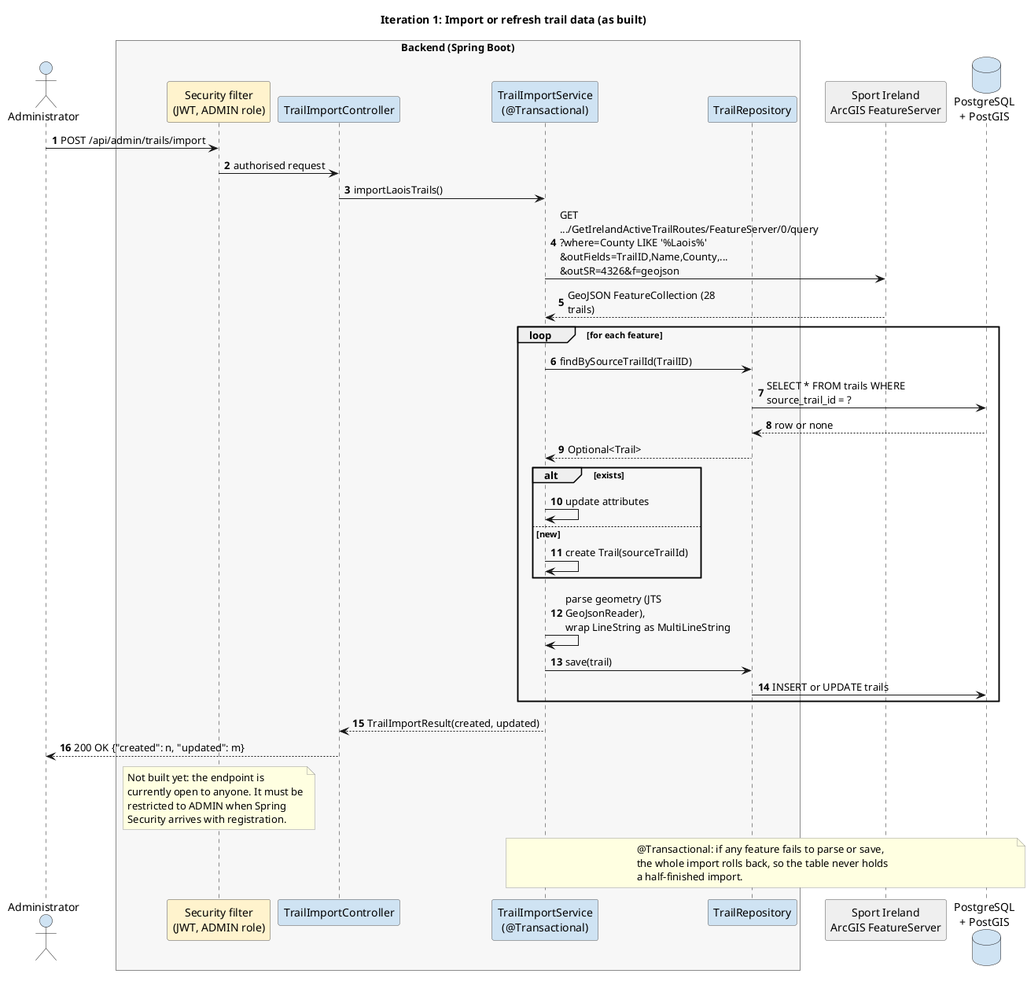
The PlantUML diagram docs/design/rendered/seq-07-import-trails.png in Markus-Bear/TrailTrack, before a commit. The source it was exported from:
```plantuml
@startuml seq-07-import-trails
!include _style.iuml
title Iteration 1: Import or refresh trail data (as built)

actor "Administrator" as Admin
box "Backend (Spring Boot)" #F7F7F7
  participant "Security filter\n(JWT, ADMIN role)" as Sec #FFF2CC
  participant "TrailImportController" as Ctrl
  participant "TrailImportService\n(@Transactional)" as Svc
  participant "TrailRepository" as Repo
end box
participant "Sport Ireland\nArcGIS FeatureServer" as SI #EEEEEE
database "PostgreSQL\n+ PostGIS" as DB

Admin -> Sec : POST /api/admin/trails/import
Sec -> Ctrl : authorised request
Ctrl -> Svc : importLaoisTrails()
Svc -> SI : GET .../GetIrelandActiveTrailRoutes/FeatureServer/0/query\n?where=County LIKE '%Laois%'\n&outFields=TrailID,Name,County,...\n&outSR=4326&f=geojson
SI --> Svc : GeoJSON FeatureCollection (28 trails)

loop for each feature
  Svc -> Repo : findBySourceTrailId(TrailID)
  Repo -> DB : SELECT * FROM trails WHERE source_trail_id = ?
  DB --> Repo : row or none
  Repo --> Svc : Optional<Trail>
  alt exists
    Svc -> Svc : update attributes
  else new
    Svc -> Svc : create Trail(sourceTrailId)
  end
  Svc -> Svc : parse geometry (JTS GeoJsonReader),\nwrap LineString as MultiLineString
  Svc -> Repo : save(trail)
  Repo -> DB : INSERT or UPDATE trails
end

Svc --> Ctrl : TrailImportResult(created, updated)
Ctrl --> Admin : 200 OK {"created": n, "updated": m}

note over Sec
  Not built yet: the endpoint is
  currently open to anyone. It must be
  restricted to ADMIN when Spring
  Security arrives with registration.
end note

note over Svc, DB
  @Transactional: if any feature fails to parse or save,
  the whole import rolls back, so the table never holds
  a half-finished import.
end note

@enduml
```
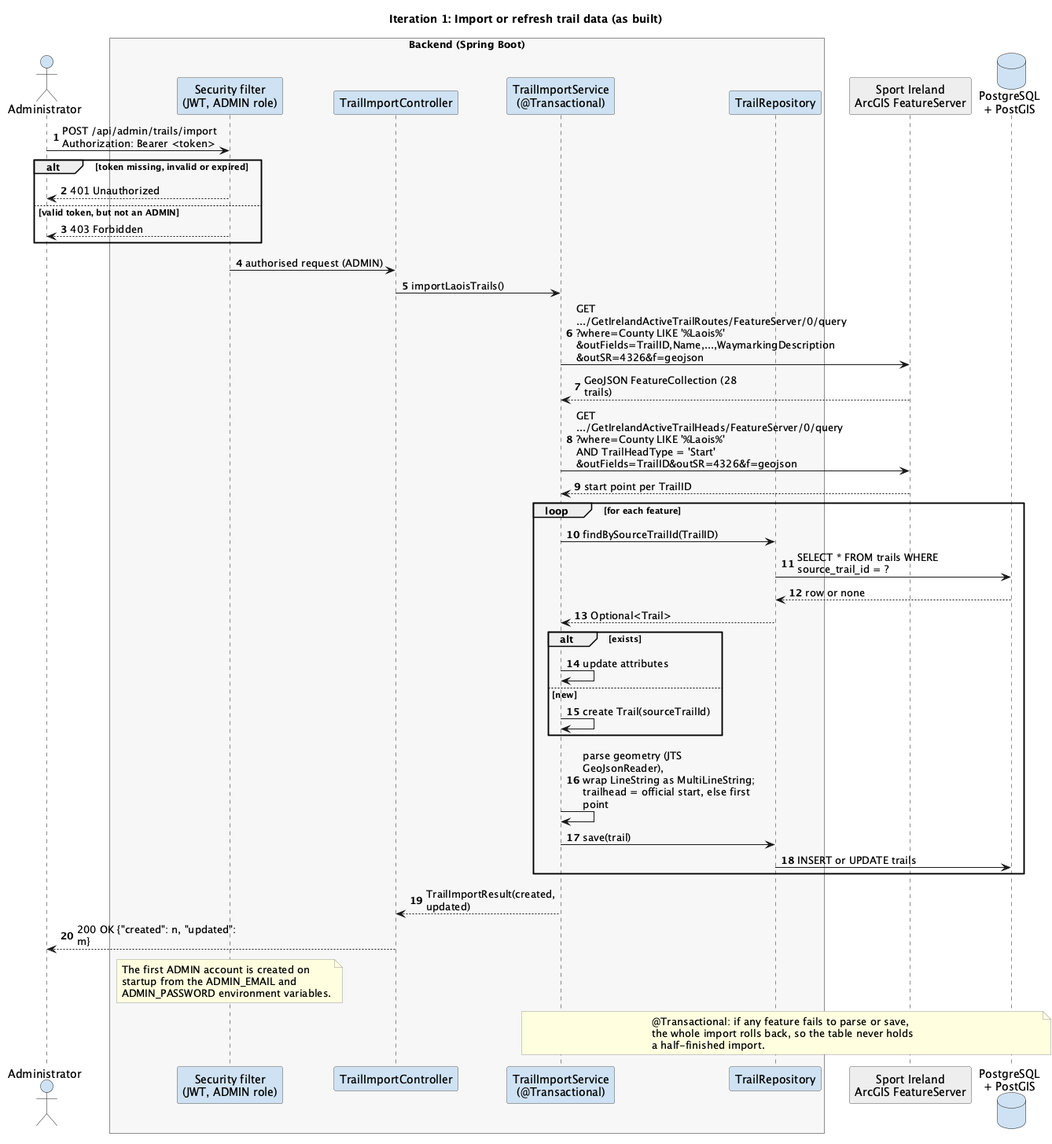
Above is the later version.

Commit message:
Restricted the admin endpoints to ADMIN accounts (#2)

Diff of the diagram source:
```diff
@@ -4,7 +4,7 @@
 
 actor "Administrator" as Admin
 box "Backend (Spring Boot)" #F7F7F7
-  participant "Security filter\n(JWT, ADMIN role)" as Sec #FFF2CC
+  participant "Security filter\n(JWT, ADMIN role)" as Sec
   participant "TrailImportController" as Ctrl
   participant "TrailImportService\n(@Transactional)" as Svc
   participant "TrailRepository" as Repo
@@ -12,11 +12,20 @@
 participant "Sport Ireland\nArcGIS FeatureServer" as SI #EEEEEE
 database "PostgreSQL\n+ PostGIS" as DB
 
-Admin -> Sec : POST /api/admin/trails/import
-Sec -> Ctrl : authorised request
+Admin -> Sec : POST /api/admin/trails/import\nAuthorization: Bearer <token>
+
+alt token missing, invalid or expired
+  Sec --> Admin : 401 Unauthorized
+else valid token, but not an ADMIN
+  Sec --> Admin : 403 Forbidden
+end
+
+Sec -> Ctrl : authorised request (ADMIN)
 Ctrl -> Svc : importLaoisTrails()
-Svc -> SI : GET .../GetIrelandActiveTrailRoutes/FeatureServer/0/query\n?where=County LIKE '%Laois%'\n&outFields=TrailID,Name,County,...\n&outSR=4326&f=geojson
+Svc -> SI : GET .../GetIrelandActiveTrailRoutes/FeatureServer/0/query\n?where=County LIKE '%Laois%'\n&outFields=TrailID,Name,...,WaymarkingDescription\n&outSR=4326&f=geojson
 SI --> Svc : GeoJSON FeatureCollection (28 trails)
+Svc -> SI : GET .../GetIrelandActiveTrailHeads/FeatureServer/0/query\n?where=County LIKE '%Laois%' AND TrailHeadType = 'Start'\n&outFields=TrailID&outSR=4326&f=geojson
+SI --> Svc : start point per TrailID
 
 loop for each feature
   Svc -> Repo : findBySourceTrailId(TrailID)
@@ -28,7 +37,7 @@
   else new
     Svc -> Svc : create Trail(sourceTrailId)
   end
-  Svc -> Svc : parse geometry (JTS GeoJsonReader),\nwrap LineString as MultiLineString
+  Svc -> Svc : parse geometry (JTS GeoJsonReader),\nwrap LineString as MultiLineString;\ntrailhead = official start, else first point
   Svc -> Repo : save(trail)
   Repo -> DB : INSERT or UPDATE trails
 end
@@ -37,10 +46,9 @@
 Ctrl --> Admin : 200 OK {"created": n, "updated": m}
 
 note over Sec
-  Not built yet: the endpoint is
-  currently open to anyone. It must be
-  restricted to ADMIN when Spring
-  Security arrives with registration.
+  The first ADMIN account is created on
+  startup from the ADMIN_EMAIL and
+  ADMIN_PASSWORD environment variables.
 end note
 
 note over Svc, DB
```
